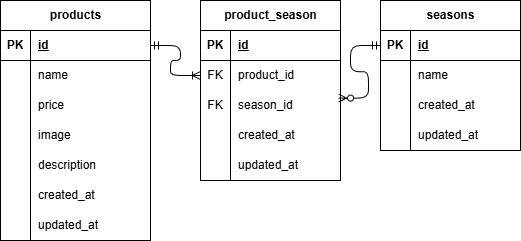
Above: ER.drawio.png in yurin0617/yurin-kadai2 (draw.io), before the change. Source tidied: cells renumbered, new cells last; positions are measured from the earlier drawing's top-left corner, leaving out a move shared by most shapes.
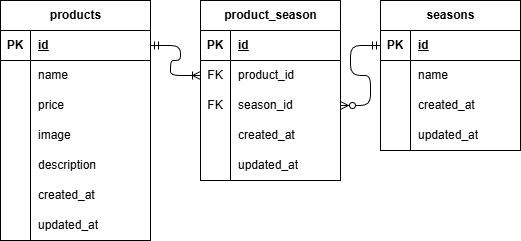
The same file after the commit.

Commit message:
REASME.mdを修正

The edit, as a diff of the source:
```diff
@@ -158,7 +158,7 @@
     <mxCell id="53" style="edgeStyle=entityRelationEdgeStyle;fontSize=12;html=1;endArrow=ERoneToMany;startArrow=ERmandOne;" parent="1" edge="1" source="3" target="28">
       <mxGeometry relative="1" as="geometry" />
     </mxCell>
-    <mxCell id="54" style="edgeStyle=entityRelationEdgeStyle;fontSize=12;html=1;endArrow=ERzeroToMany;startArrow=ERmandOne;exitX=0;exitY=0.5;exitDx=0;exitDy=0;entryX=0.986;entryY=0.253;entryDx=0;entryDy=0;entryPerimeter=0;" parent="1" edge="1" source="41" target="31">
+    <mxCell id="54" style="edgeStyle=entityRelationEdgeStyle;fontSize=12;html=1;endArrow=ERzeroToMany;startArrow=ERmandOne;" parent="1" edge="1" source="41" target="31">
       <mxGeometry relative="1" as="geometry" />
     </mxCell>
   </root>
```
